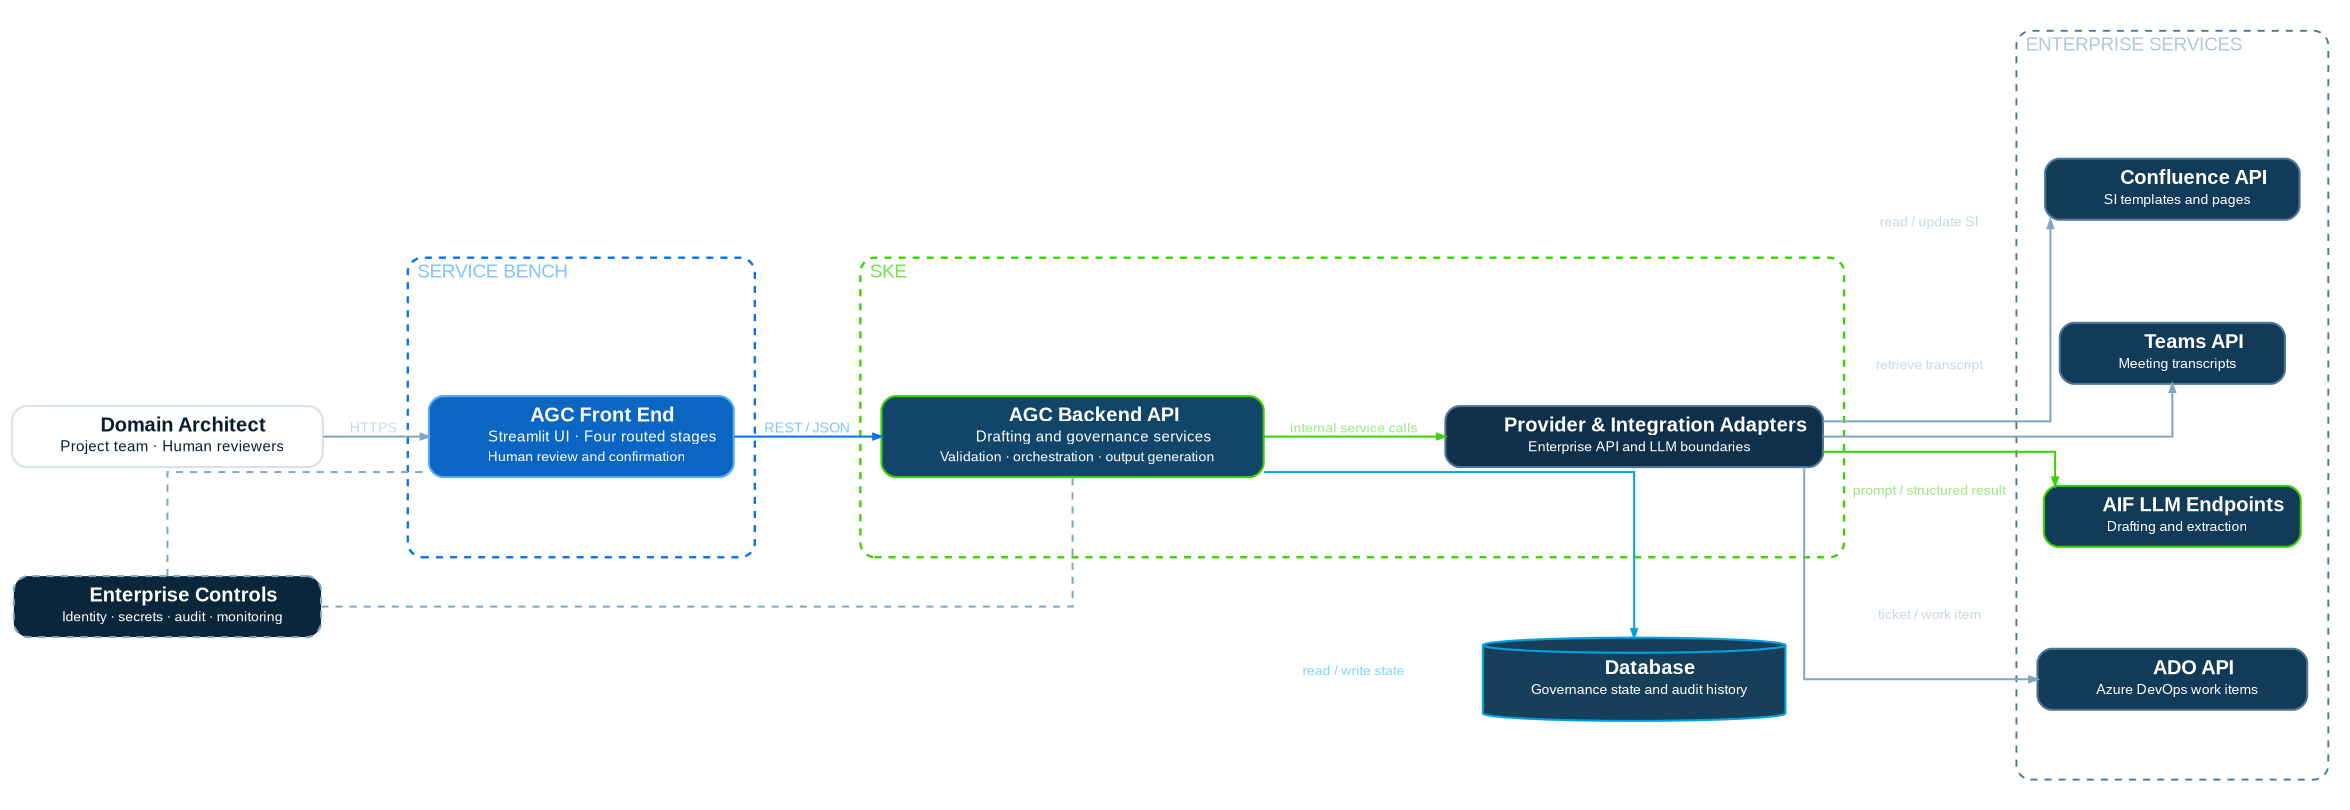
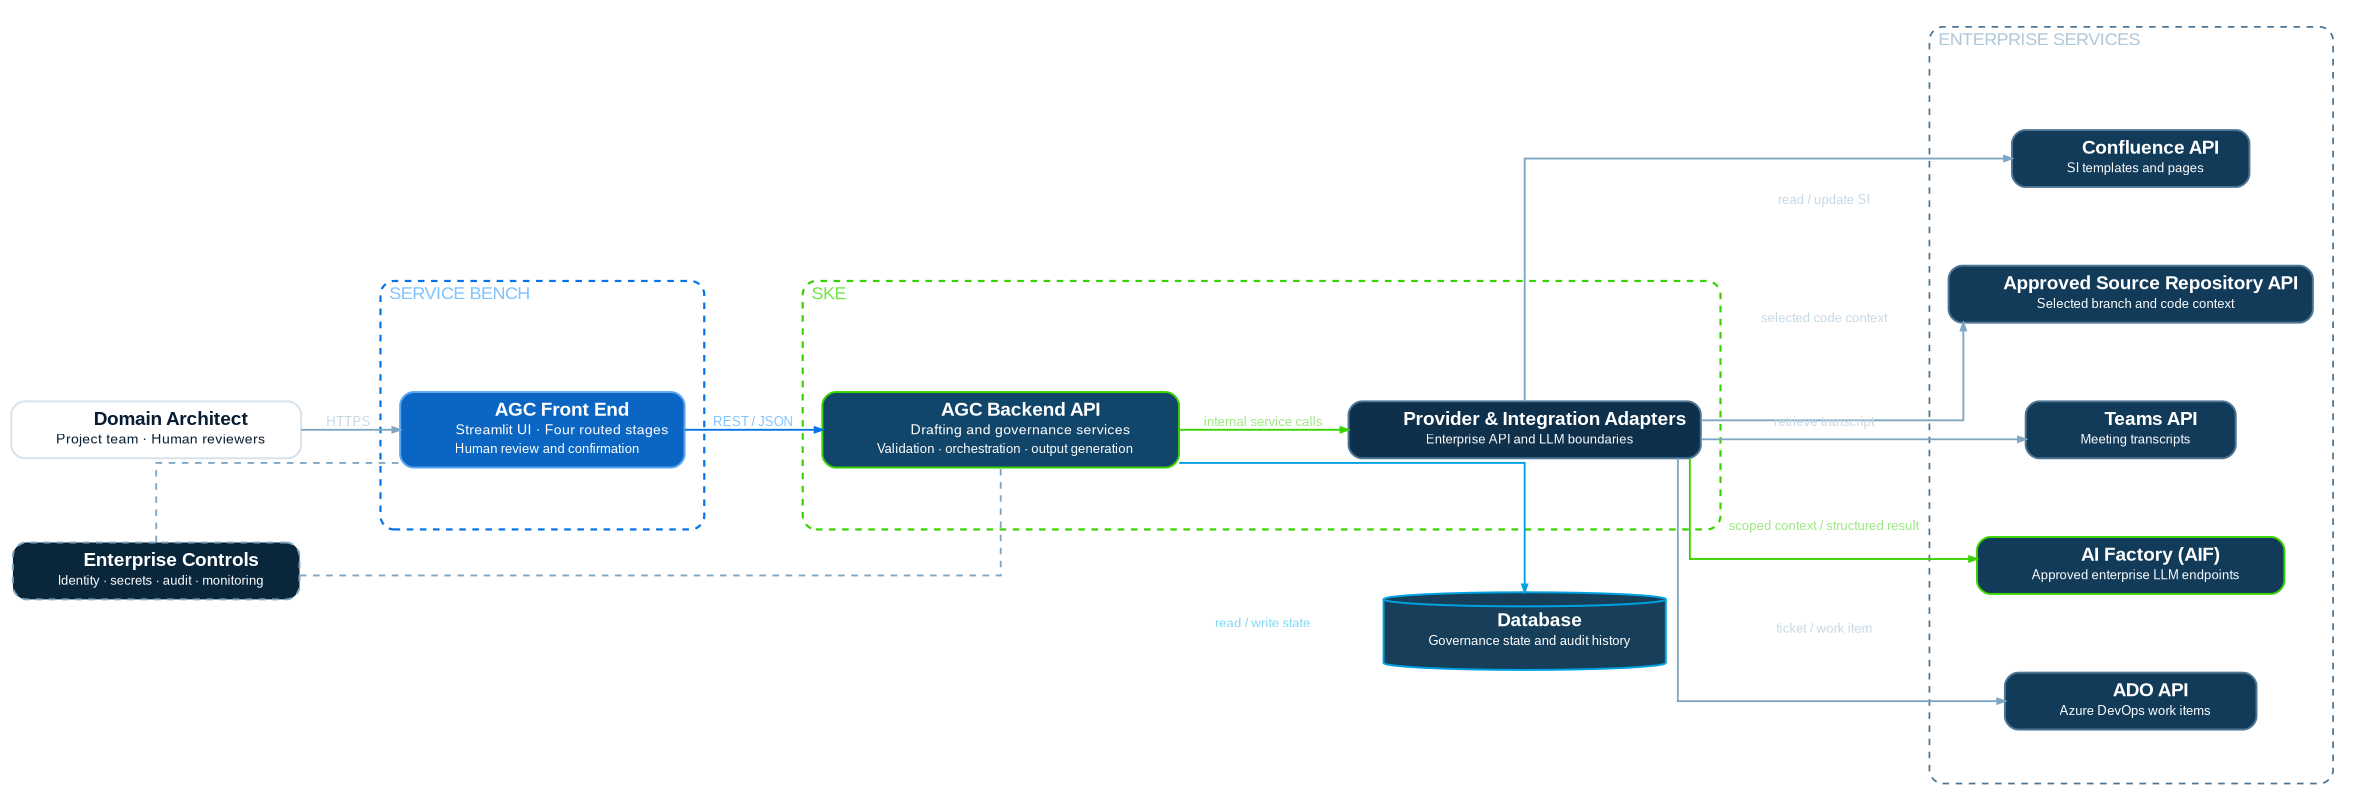
digraph AGC {
  graph [
    bgcolor="transparent",
    rankdir=LR,
    splines=ortho,
    nodesep=0.28,
    ranksep=0.62,
    size="16,5.4!",
    ratio=fill,
    pad=0.15,
    margin=0,
    fontname="Arial",
    fontsize=16,
    fontcolor="#D8E2EC"
  ];

  node [
    shape=rect,
    style="rounded,filled",
    fontname="Arial",
    fontsize=17,
    margin="0.18,0.12",
    penwidth=1.8,
    color="#4D7594",
    fillcolor="#123A59",
    fontcolor="#FFFFFF"
  ];

  edge [
    fontname="Arial",
    fontsize=12,
    color="#7FA7C4",
    fontcolor="#C7D8E5",
    penwidth=1.7,
    arrowsize=0.7
  ];

  users [
    label=<
      <B>Domain Architect</B><BR/>
      <FONT POINT-SIZE="13">Project team · Human reviewers</FONT>
    >,
    fillcolor="#FFFFFF",
    color="#D8E2EC",
    fontcolor="#061D33"
  ];

  subgraph cluster_service_bench {
    label="SERVICE BENCH";
    labelloc="t";
    labeljust="l";
    style="rounded,dashed";
    color="#0473EA";
    fontcolor="#7FC3FF";
    penwidth=2;
    margin=18;

    frontend [
      label=<
        <B>AGC Front End</B><BR/>
        <FONT POINT-SIZE="13">Streamlit UI · Four routed stages</FONT><BR/>
        <FONT POINT-SIZE="12">Human review and confirmation</FONT>
      >,
      fillcolor="#0B66C3",
      color="#58A8F4"
    ];
  }

  subgraph cluster_ske {
    label="SKE";
    labelloc="t";
    labeljust="l";
    style="rounded,dashed";
    color="#38D200";
    fontcolor="#70E545";
    penwidth=2;
    margin=18;

    backend [
      label=<
        <B>AGC Backend API</B><BR/>
        <FONT POINT-SIZE="13">Drafting and governance services</FONT><BR/>
        <FONT POINT-SIZE="12">Validation · orchestration · output generation</FONT>
      >,
      fillcolor="#12456A",
      color="#38D200"
    ];

    adapters [
      label=<
        <B>Provider &amp; Integration Adapters</B><BR/>
        <FONT POINT-SIZE="12">Enterprise API and LLM boundaries</FONT>
      >,
      fillcolor="#0E304B",
      color="#4D7594"
    ];

    backend -> adapters [
      label="internal service calls",
      color="#38D200",
      fontcolor="#9BE880"
    ];
  }

  subgraph cluster_enterprise {
    label="ENTERPRISE SERVICES";
    labelloc="t";
    labeljust="l";
    style="rounded,dashed";
    color="#4D7594";
    fontcolor="#AFC8DA";
    penwidth=1.6;
    margin=18;

-     { rank=same; confluence; teams; aif; ado; }
+     { rank=same; confluence; repo; teams; aif; ado; }

    confluence [
      label=<
        <B>Confluence API</B><BR/>
        <FONT POINT-SIZE="12">SI templates and pages</FONT>
+       >
+     ];
+     repo [
+       label=<
+         <B>Approved Source Repository API</B><BR/>
+         <FONT POINT-SIZE="12">Selected branch and code context</FONT>
      >
    ];
    teams [
      label=<
        <B>Teams API</B><BR/>
        <FONT POINT-SIZE="12">Meeting transcripts</FONT>
      >
    ];
    aif [
      label=<
-         <B>AIF LLM Endpoints</B><BR/>
-         <FONT POINT-SIZE="12">Drafting and extraction</FONT>
+         <B>AI Factory (AIF)</B><BR/>
+         <FONT POINT-SIZE="12">Approved enterprise LLM endpoints</FONT>
      >,
      color="#38D200"
    ];
    ado [
      label=<
        <B>ADO API</B><BR/>
        <FONT POINT-SIZE="12">Azure DevOps work items</FONT>
      >
    ];
  }

  db [
    shape=cylinder,
    label=<
      <B>Database</B><BR/>
      <FONT POINT-SIZE="12">Governance state and audit history</FONT>
    >,
    fillcolor="#173F59",
    color="#00A1E0"
  ];

  controls [
    label=<
      <B>Enterprise Controls</B><BR/>
      <FONT POINT-SIZE="12">Identity · secrets · audit · monitoring</FONT>
    >,
    fillcolor="#0A263B",
    color="#7FA7C4",
    style="rounded,dashed,filled"
  ];

  users -> frontend [label="HTTPS"];
  frontend -> backend [label="REST / JSON", color="#0473EA", fontcolor="#7FC3FF"];
  adapters -> confluence [label="read / update SI"];
+   adapters -> repo [label="selected code context"];
  adapters -> teams [label="retrieve transcript"];
-   adapters -> aif [label="prompt / structured result", color="#38D200", fontcolor="#9BE880"];
+   adapters -> aif [label="scoped context / structured result", color="#38D200", fontcolor="#9BE880"];
  adapters -> ado [label="ticket / work item"];
  backend -> db [label="read / write state", color="#00A1E0", fontcolor="#80D8F5"];
  controls -> frontend [style=dashed, arrowhead=none, constraint=false];
  controls -> backend [style=dashed, arrowhead=none, constraint=false];
}
